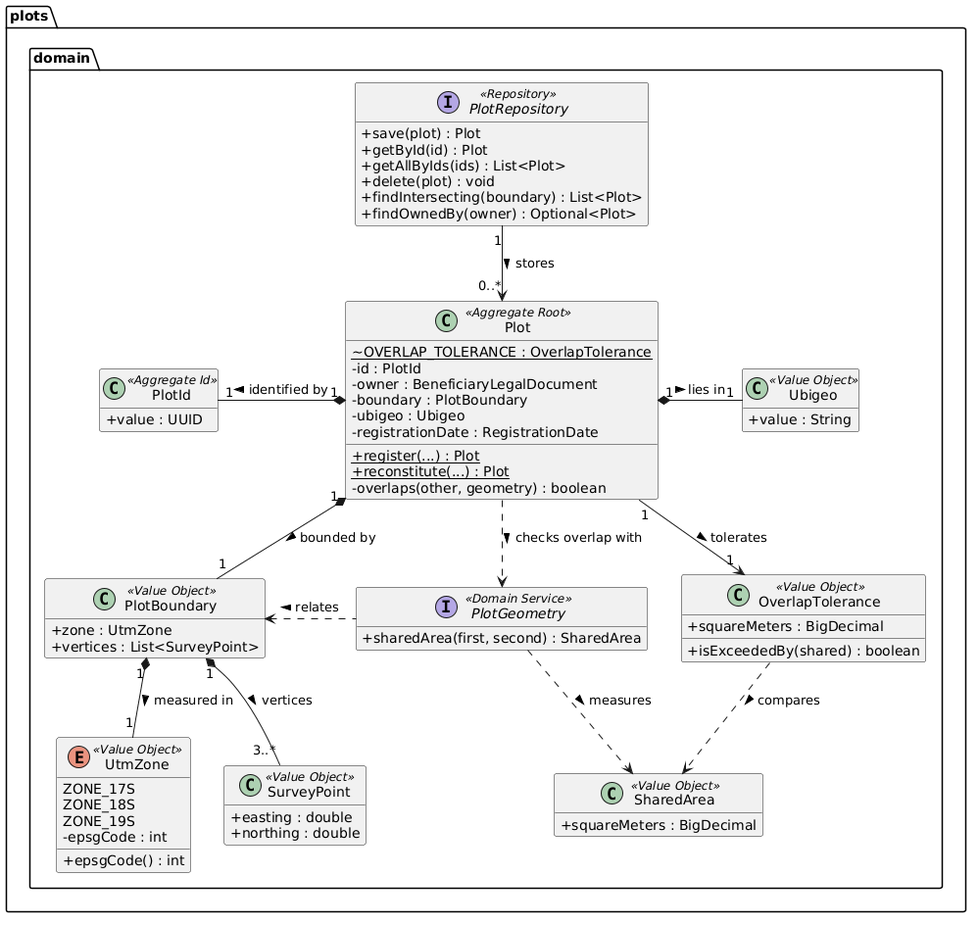
Above: assets/tactical_design/plots/code_level/class_diagram/domain.png in Soulware-Emergentes/report (PlantUML), before the change.
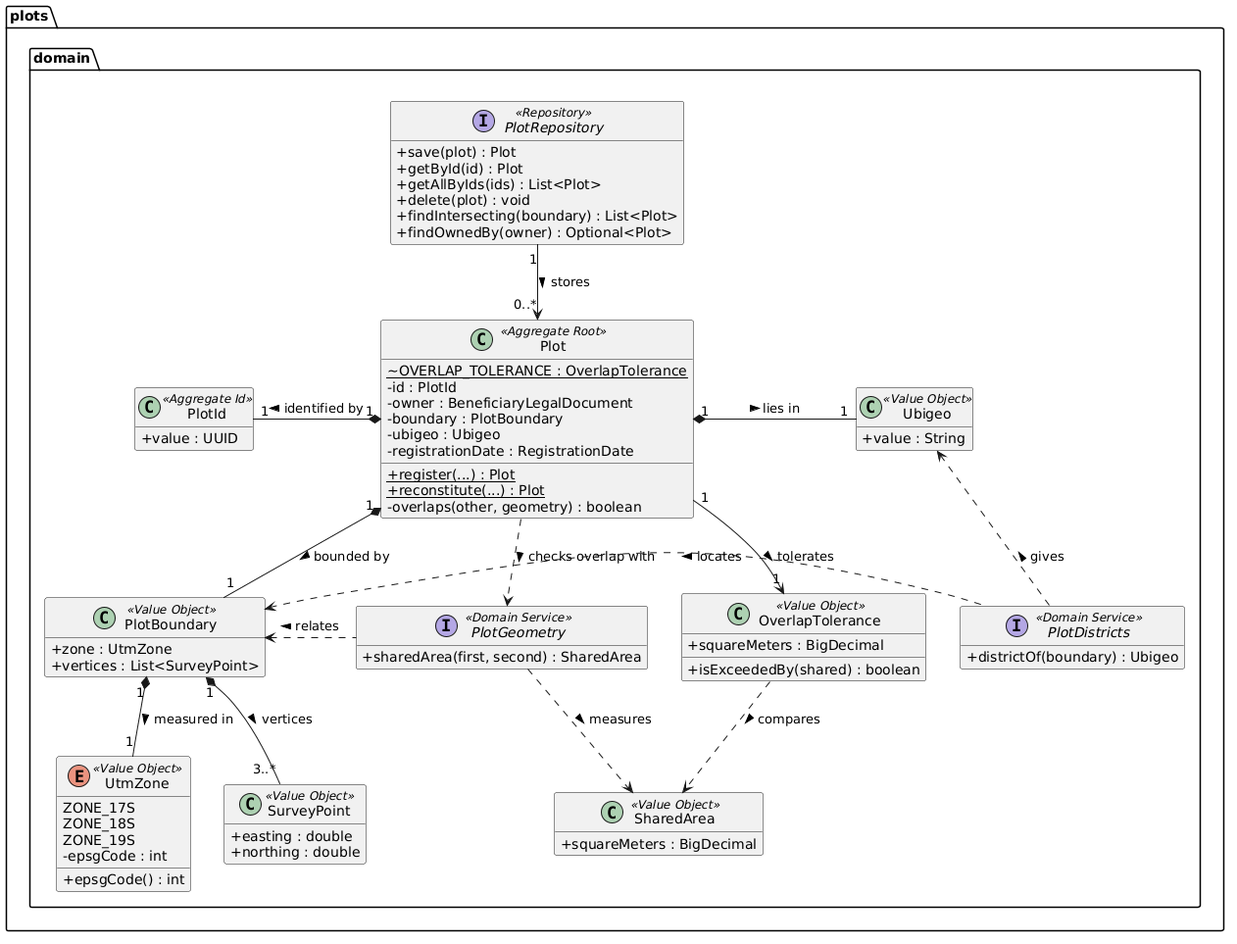
Above is the later version.

The edit, as a diff of the source:
```diff
@@ -63,6 +63,10 @@
     interface PlotGeometry <<Domain Service>> {
         + sharedArea(first, second) : SharedArea
     }
+
+    interface PlotDistricts <<Domain Service>> {
+        + districtOf(boundary) : Ubigeo
+    }
 }
 
 Plot "1" *-left- "1" PlotId : identified by >
@@ -76,4 +80,6 @@
 PlotGeometry .left.> PlotBoundary : relates >
 PlotRepository "1" --> "0..*" Plot : stores >
 Plot ..> PlotGeometry : checks overlap with >
+PlotDistricts .up.> Ubigeo : gives >
+PlotDistricts .left.> PlotBoundary : locates >
 @enduml
```
